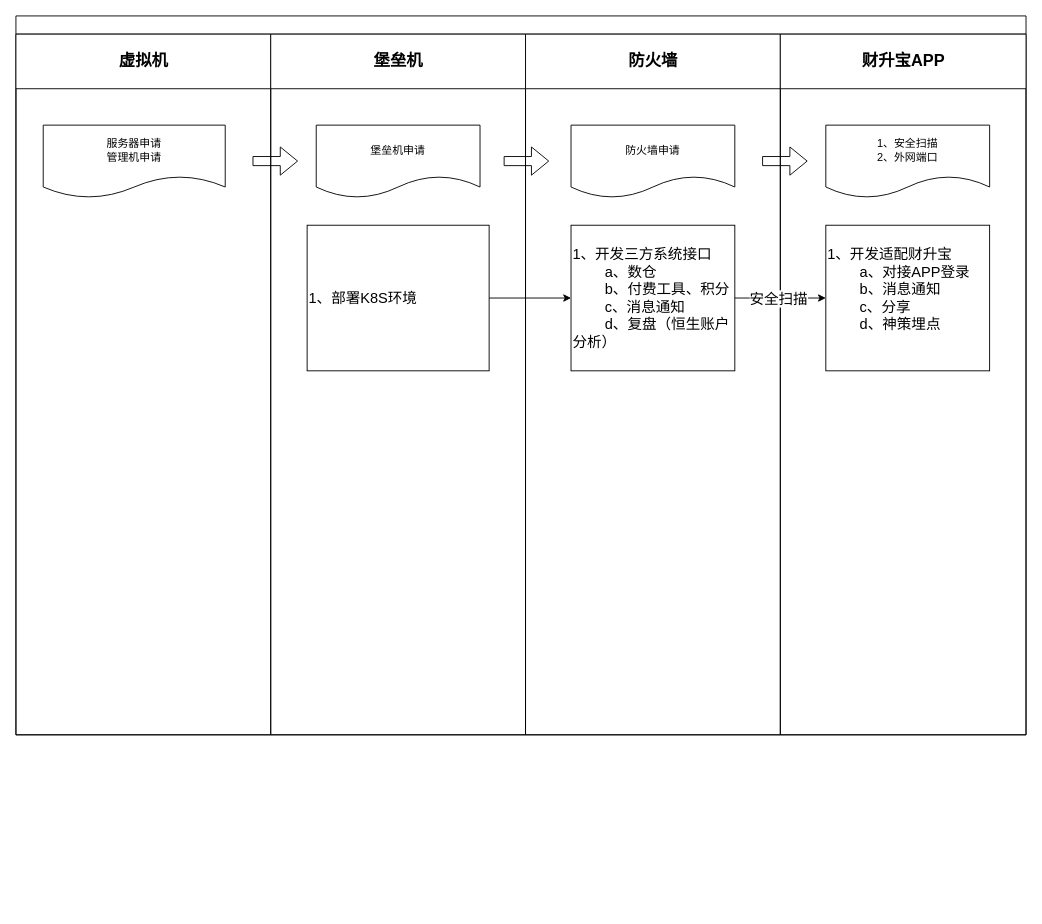
Earlier version of the draw.io diagram 未命名绘图.drawio (sunpeiyu/testsunpy). Source tidied: cells renumbered, new cells numbered last; positions are measured from the earlier drawing's top-left corner, leaving out a move shared by most shapes. Both pictures are drawn from the tidied source at 91%, with x=0, y=0 at pixel (15, 15).
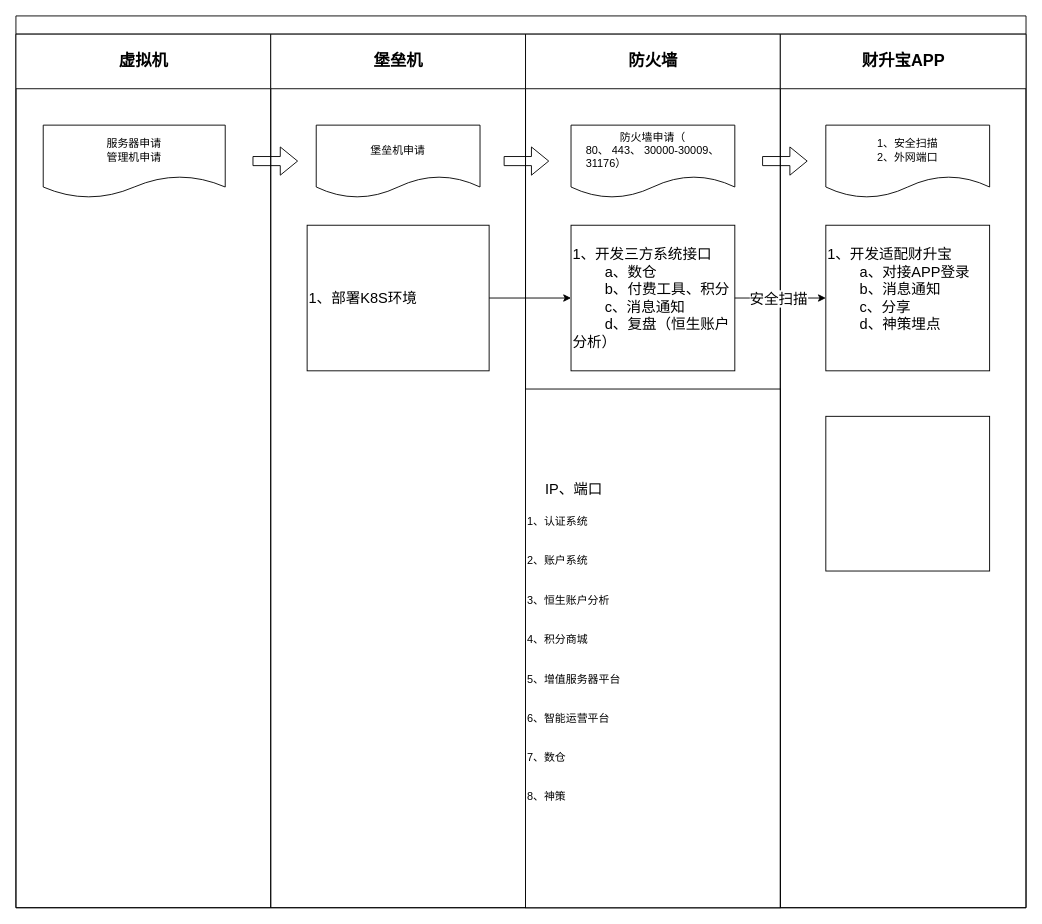
Above is the later version.

Commit message (it also covers changes not shown here):
更新未命名绘图.drawio

Change to the diagram source:
```diff
@@
     <mxCell id="2" style="swimlane;html=1;startSize=20;rounded=0;shadow=0;labelBackgroundColor=none;strokeWidth=1;fontFamily=Verdana;fontSize=8;align=center;" parent="1" vertex="1">
-      <mxGeometry width="1110" height="790" as="geometry" />
+      <mxGeometry width="1110" height="980" as="geometry" />
     </mxCell>
     <mxCell id="3" value="&lt;font style=&quot;font-size: 18px;&quot;&gt;虚拟机&lt;/font&gt;" style="swimlane;html=1;startSize=60;" parent="2" vertex="1">
-      <mxGeometry y="20" width="280" height="770" as="geometry" />
+      <mxGeometry y="20" width="280" height="960" as="geometry" />
     </mxCell>
@@
     <mxCell id="5" value="&lt;font style=&quot;font-size: 18px;&quot;&gt;堡垒机&lt;/font&gt;" style="swimlane;html=1;startSize=60;" parent="2" vertex="1">
-      <mxGeometry x="280" y="20" width="280" height="770" as="geometry" />
+      <mxGeometry x="280" y="20" width="280" height="960" as="geometry" />
     </mxCell>
@@
     <mxCell id="9" value="&lt;font style=&quot;font-size: 18px;&quot;&gt;防火墙&lt;/font&gt;" style="swimlane;html=1;startSize=60;" parent="2" vertex="1">
-      <mxGeometry x="560" y="20" width="280" height="770" as="geometry" />
+      <mxGeometry x="560" y="20" width="280" height="960" as="geometry" />
     </mxCell>
@@
-    <mxCell id="11" value="&lt;span style=&quot;text-align: left;&quot;&gt;防火墙申请&lt;/span&gt;" style="shape=document;whiteSpace=wrap;html=1;boundedLbl=1;" parent="9" vertex="1">
+    <mxCell id="11" value="&lt;span style=&quot;text-align: left;&quot;&gt;防火墙申请（&lt;/span&gt;&lt;span style=&quot;text-align: left;&quot;&gt;&lt;div&gt;80、 443、 30000-30009、&lt;/div&gt;&lt;div&gt;31176&lt;span style=&quot;background-color: initial;&quot;&gt;）&lt;/span&gt;&lt;/div&gt;&lt;/span&gt;" style="shape=document;whiteSpace=wrap;html=1;boundedLbl=1;" parent="9" vertex="1">
       <mxGeometry x="50" y="100" width="180" height="80" as="geometry" />
     </mxCell>
@@
+    <mxCell id="20" value="&lt;div style=&quot;text-align: center;&quot;&gt;&lt;span style=&quot;background-color: initial;&quot;&gt;&lt;font style=&quot;font-size: 16px;&quot;&gt;IP、端口&lt;/font&gt;&lt;/span&gt;&lt;/div&gt;&lt;div style=&quot;text-align: center;&quot;&gt;&lt;span style=&quot;background-color: initial;&quot;&gt;&lt;font style=&quot;font-size: 16px;&quot;&gt;&lt;br&gt;&lt;/font&gt;&lt;/span&gt;&lt;/div&gt;&lt;div&gt;1、认证系统&lt;/div&gt;&lt;div&gt;&lt;br&gt;&lt;/div&gt;&lt;div&gt;&lt;br&gt;&lt;/div&gt;&lt;div&gt;2、账户系统&lt;/div&gt;&lt;div&gt;&lt;br&gt;&lt;/div&gt;&lt;div&gt;&lt;br&gt;&lt;/div&gt;&lt;div&gt;3、恒生账户分析&lt;/div&gt;&lt;div&gt;&lt;br&gt;&lt;/div&gt;&lt;div&gt;&lt;br&gt;&lt;/div&gt;&lt;div&gt;4、积分商城&lt;/div&gt;&lt;div&gt;&lt;br&gt;&lt;/div&gt;&lt;div&gt;&lt;br&gt;&lt;/div&gt;&lt;div&gt;5、增值服务器平台&lt;/div&gt;&lt;div&gt;&lt;br&gt;&lt;/div&gt;&lt;div&gt;&lt;br&gt;&lt;/div&gt;&lt;div&gt;6、智能运营平台&lt;/div&gt;&lt;div&gt;&lt;br&gt;&lt;/div&gt;&lt;div&gt;&lt;br&gt;&lt;/div&gt;&lt;div&gt;7、数仓&lt;/div&gt;&lt;div&gt;&lt;br&gt;&lt;/div&gt;&lt;div&gt;&lt;br&gt;&lt;/div&gt;&lt;div&gt;8、神策&lt;/div&gt;&lt;div&gt;&lt;br&gt;&lt;/div&gt;" style="rounded=0;whiteSpace=wrap;html=1;align=left;" parent="9" vertex="1">
+      <mxGeometry y="390" width="280" height="570" as="geometry" />
+    </mxCell>
     <mxCell id="13" value="&lt;font style=&quot;font-size: 18px;&quot;&gt;财升宝APP&lt;/font&gt;" style="swimlane;html=1;startSize=60;" parent="2" vertex="1">
-      <mxGeometry x="840" y="20" width="270" height="770" as="geometry" />
+      <mxGeometry x="840" y="20" width="270" height="960" as="geometry" />
     </mxCell>
@@
+    <mxCell id="21" style="rounded=0;whiteSpace=wrap;html=1;" parent="13" vertex="1">
+      <mxGeometry x="50" y="420" width="180" height="170" as="geometry" />
+    </mxCell>
```
